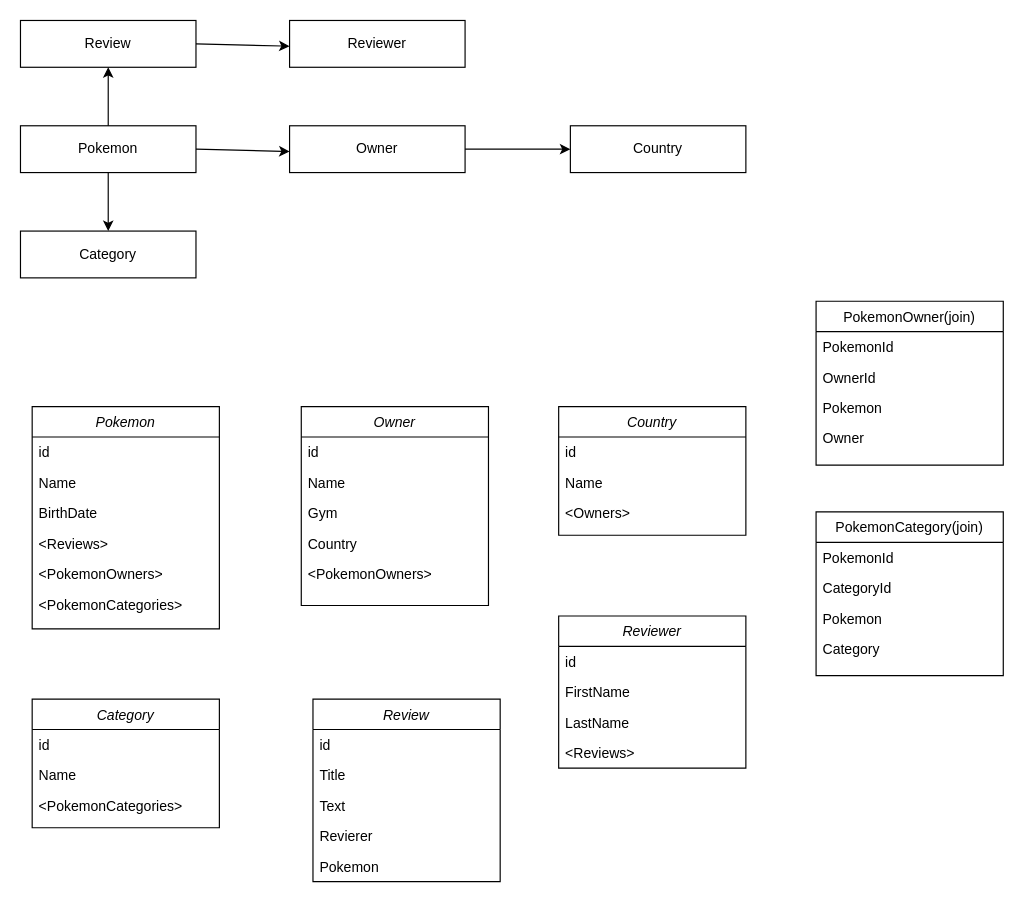
The draw.io diagram ASP.NETWebApi.drawio in AmmadNaseem/Projects-ERD-Diagrams, before the edit. Source tidied: cells renumbered, new cells numbered last; positions are measured from the earlier drawing's top-left corner, leaving out a move shared by most shapes. Both pictures are drawn from the tidied source at 117%, with x=0, y=0 at pixel (20, 20).
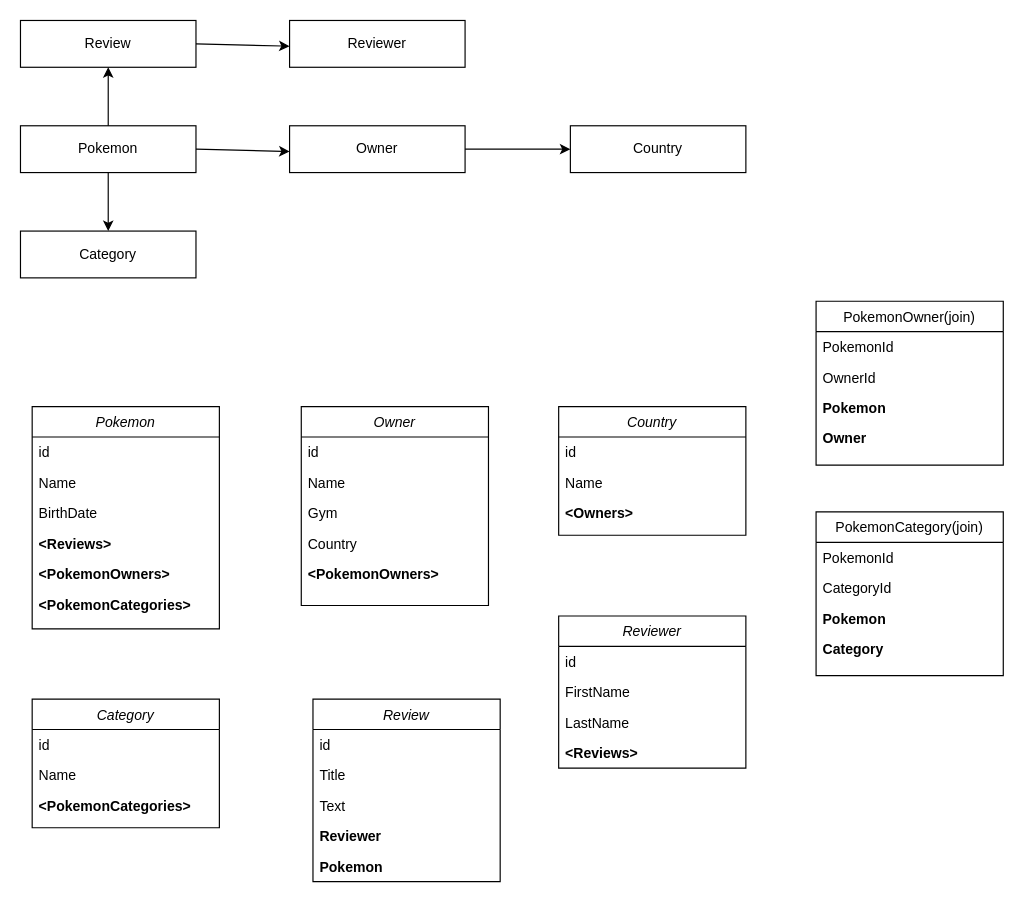
The same page after the edit.

Unchanged cells that the change refers to:
```xml
<mxCell id="2" value="Pokemon" style="swimlane;fontStyle=2;align=center;verticalAlign=top;horizontal=1;startSize=26;rounded=0;shadow=0;strokeWidth=1;" parent="1" vertex="1">
  <mxGeometry x="10" y="330" width="160" height="190" as="geometry" />
</mxCell>
<mxCell id="9" value="PokemonOwner(join)" style="swimlane;fontStyle=0;align=center;verticalAlign=top;horizontal=1;startSize=26;rounded=0;shadow=0;strokeWidth=1;" parent="1" vertex="1">
  <mxGeometry x="680" y="240" width="160" height="140" as="geometry" />
</mxCell>
<mxCell id="25" value="Owner" style="swimlane;fontStyle=2;align=center;verticalAlign=top;horizontal=1;startSize=26;rounded=0;shadow=0;strokeWidth=1;" parent="1" vertex="1">
  <mxGeometry x="240" y="330" width="160" height="170" as="geometry" />
</mxCell>
<mxCell id="31" value="Country" style="swimlane;fontStyle=2;align=center;verticalAlign=top;horizontal=1;startSize=26;rounded=0;shadow=0;strokeWidth=1;" parent="1" vertex="1">
  <mxGeometry x="460" y="330" width="160" height="110" as="geometry" />
</mxCell>
<mxCell id="35" value="PokemonCategory(join)" style="swimlane;fontStyle=0;align=center;verticalAlign=top;horizontal=1;startSize=26;rounded=0;shadow=0;strokeWidth=1;" parent="1" vertex="1">
  <mxGeometry x="680" y="420" width="160" height="140" as="geometry" />
</mxCell>
<mxCell id="40" value="Category" style="swimlane;fontStyle=2;align=center;verticalAlign=top;horizontal=1;startSize=26;rounded=0;shadow=0;strokeWidth=1;" parent="1" vertex="1">
  <mxGeometry x="10" y="580" width="160" height="110" as="geometry" />
</mxCell>
<mxCell id="44" value="Review" style="swimlane;fontStyle=2;align=center;verticalAlign=top;horizontal=1;startSize=26;rounded=0;shadow=0;strokeWidth=1;" parent="1" vertex="1">
  <mxGeometry x="250" y="580" width="160" height="156" as="geometry" />
</mxCell>
<mxCell id="50" value="Reviewer" style="swimlane;fontStyle=2;align=center;verticalAlign=top;horizontal=1;startSize=26;rounded=0;shadow=0;strokeWidth=1;" parent="1" vertex="1">
  <mxGeometry x="460" y="509" width="160" height="130" as="geometry" />
</mxCell>
```

What changed in the source:
```diff
@@
-    <mxCell id="6" value="&lt;Reviews&gt;" style="text;align=left;verticalAlign=top;spacingLeft=4;spacingRight=4;overflow=hidden;" parent="2" vertex="1">
+    <mxCell id="6" value="&lt;Reviews&gt;" style="text;align=left;verticalAlign=top;spacingLeft=4;spacingRight=4;overflow=hidden;fontStyle=1;" parent="2" vertex="1">
       <mxGeometry y="104" width="160" height="26" as="geometry" />
     </mxCell>
-    <mxCell id="7" value="&lt;PokemonOwners&gt;" style="text;align=left;verticalAlign=top;spacingLeft=4;spacingRight=4;overflow=hidden;" parent="2" vertex="1">
+    <mxCell id="7" value="&lt;PokemonOwners&gt;" style="text;align=left;verticalAlign=top;spacingLeft=4;spacingRight=4;overflow=hidden;fontStyle=1;" parent="2" vertex="1">
       <mxGeometry y="130" width="160" height="26" as="geometry" />
     </mxCell>
-    <mxCell id="8" value="&lt;PokemonCategories&gt;" style="text;align=left;verticalAlign=top;spacingLeft=4;spacingRight=4;overflow=hidden;" parent="2" vertex="1">
+    <mxCell id="8" value="&lt;PokemonCategories&gt;" style="text;align=left;verticalAlign=top;spacingLeft=4;spacingRight=4;overflow=hidden;fontStyle=1;" parent="2" vertex="1">
       <mxGeometry y="156" width="160" height="26" as="geometry" />
     </mxCell>
@@
-    <mxCell id="12" value="Pokemon" style="text;align=left;verticalAlign=top;spacingLeft=4;spacingRight=4;overflow=hidden;rounded=0;shadow=0;html=0;" parent="9" vertex="1">
+    <mxCell id="12" value="Pokemon" style="text;align=left;verticalAlign=top;spacingLeft=4;spacingRight=4;overflow=hidden;rounded=0;shadow=0;html=0;fontStyle=1;" parent="9" vertex="1">
       <mxGeometry y="78" width="160" height="26" as="geometry" />
     </mxCell>
-    <mxCell id="13" value="Owner" style="text;align=left;verticalAlign=top;spacingLeft=4;spacingRight=4;overflow=hidden;rounded=0;shadow=0;html=0;" parent="9" vertex="1">
+    <mxCell id="13" value="Owner" style="text;align=left;verticalAlign=top;spacingLeft=4;spacingRight=4;overflow=hidden;rounded=0;shadow=0;html=0;fontStyle=1;" parent="9" vertex="1">
       <mxGeometry y="104" width="160" height="26" as="geometry" />
     </mxCell>
@@
-    <mxCell id="30" value="&lt;PokemonOwners&gt;" style="text;align=left;verticalAlign=top;spacingLeft=4;spacingRight=4;overflow=hidden;" parent="25" vertex="1">
+    <mxCell id="30" value="&lt;PokemonOwners&gt;" style="text;align=left;verticalAlign=top;spacingLeft=4;spacingRight=4;overflow=hidden;fontStyle=1;" parent="25" vertex="1">
       <mxGeometry y="130" width="160" height="26" as="geometry" />
     </mxCell>
@@
-    <mxCell id="34" value="&lt;Owners&gt;" style="text;align=left;verticalAlign=top;spacingLeft=4;spacingRight=4;overflow=hidden;" parent="31" vertex="1">
+    <mxCell id="34" value="&lt;Owners&gt;" style="text;align=left;verticalAlign=top;spacingLeft=4;spacingRight=4;overflow=hidden;fontStyle=1;" parent="31" vertex="1">
       <mxGeometry y="78" width="160" height="26" as="geometry" />
     </mxCell>
@@
-    <mxCell id="38" value="Pokemon" style="text;align=left;verticalAlign=top;spacingLeft=4;spacingRight=4;overflow=hidden;rounded=0;shadow=0;html=0;" parent="35" vertex="1">
+    <mxCell id="38" value="Pokemon" style="text;align=left;verticalAlign=top;spacingLeft=4;spacingRight=4;overflow=hidden;rounded=0;shadow=0;html=0;fontStyle=1;" parent="35" vertex="1">
       <mxGeometry y="78" width="160" height="26" as="geometry" />
     </mxCell>
-    <mxCell id="39" value="Category" style="text;align=left;verticalAlign=top;spacingLeft=4;spacingRight=4;overflow=hidden;rounded=0;shadow=0;html=0;" parent="35" vertex="1">
+    <mxCell id="39" value="Category" style="text;align=left;verticalAlign=top;spacingLeft=4;spacingRight=4;overflow=hidden;rounded=0;shadow=0;html=0;fontStyle=1;" parent="35" vertex="1">
       <mxGeometry y="104" width="160" height="26" as="geometry" />
     </mxCell>
@@
-    <mxCell id="43" value="&lt;PokemonCategories&gt;" style="text;align=left;verticalAlign=top;spacingLeft=4;spacingRight=4;overflow=hidden;" parent="40" vertex="1">
+    <mxCell id="43" value="&lt;PokemonCategories&gt;" style="text;align=left;verticalAlign=top;spacingLeft=4;spacingRight=4;overflow=hidden;fontStyle=1;" parent="40" vertex="1">
       <mxGeometry y="78" width="160" height="26" as="geometry" />
     </mxCell>
@@
-    <mxCell id="48" value="Revierer" style="text;align=left;verticalAlign=top;spacingLeft=4;spacingRight=4;overflow=hidden;" parent="44" vertex="1">
+    <mxCell id="48" value="Reviewer" style="text;align=left;verticalAlign=top;spacingLeft=4;spacingRight=4;overflow=hidden;fontStyle=1;" parent="44" vertex="1">
       <mxGeometry y="104" width="160" height="26" as="geometry" />
     </mxCell>
-    <mxCell id="49" value="Pokemon" style="text;align=left;verticalAlign=top;spacingLeft=4;spacingRight=4;overflow=hidden;" parent="44" vertex="1">
+    <mxCell id="49" value="Pokemon" style="text;align=left;verticalAlign=top;spacingLeft=4;spacingRight=4;overflow=hidden;fontStyle=1;" parent="44" vertex="1">
       <mxGeometry y="130" width="160" height="26" as="geometry" />
     </mxCell>
@@
-    <mxCell id="54" value="&lt;Reviews&gt;" style="text;align=left;verticalAlign=top;spacingLeft=4;spacingRight=4;overflow=hidden;" parent="50" vertex="1">
+    <mxCell id="54" value="&lt;Reviews&gt;" style="text;align=left;verticalAlign=top;spacingLeft=4;spacingRight=4;overflow=hidden;fontStyle=1;" parent="50" vertex="1">
       <mxGeometry y="104" width="160" height="26" as="geometry" />
     </mxCell>
```
